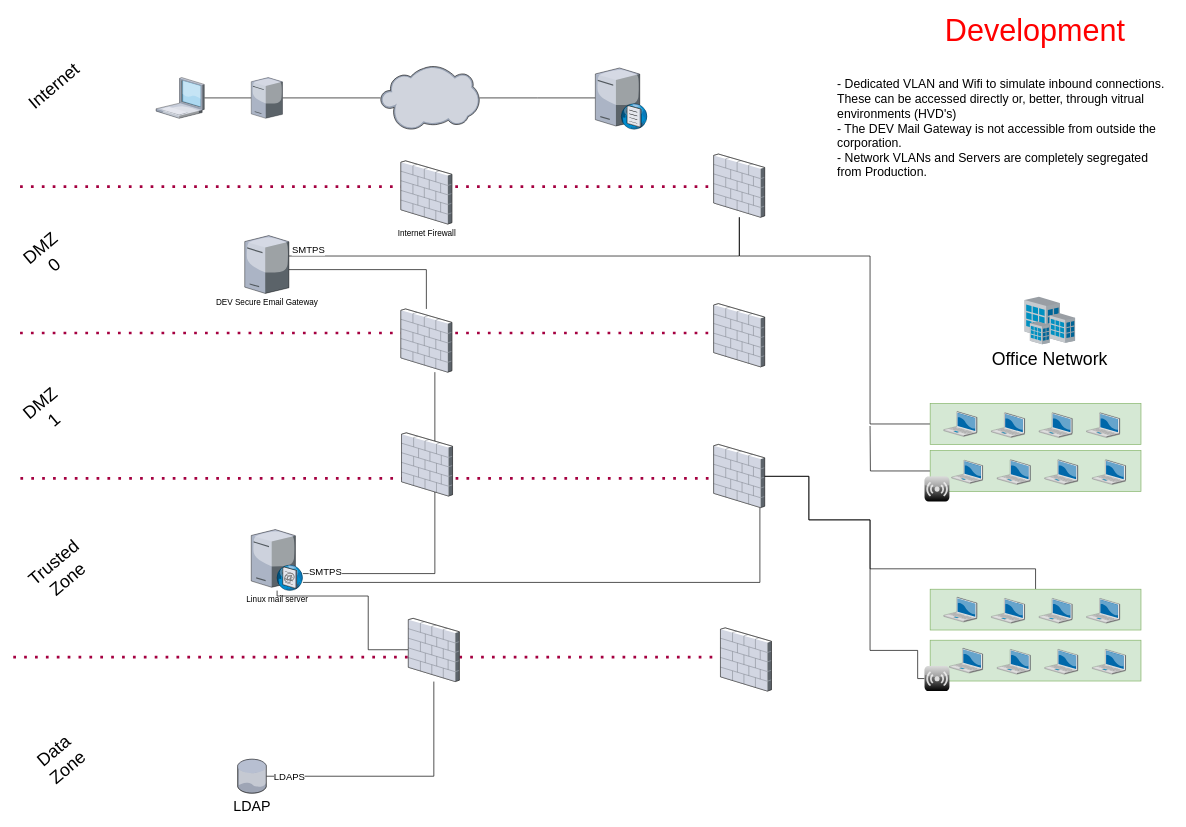
dachachacha/dotfiles keeps this draw.io diagram as page "high level (DEV)" (3 of 4) of SMTP Gateway.drawio. Above is the earlier version. Source tidied: cells renumbered, new cells numbered last; positions are measured from the earlier drawing's top-left corner, leaving out a move shared by most shapes. Both pictures are drawn from the tidied source at 68%, with x=0, y=0 at pixel (13, 18).
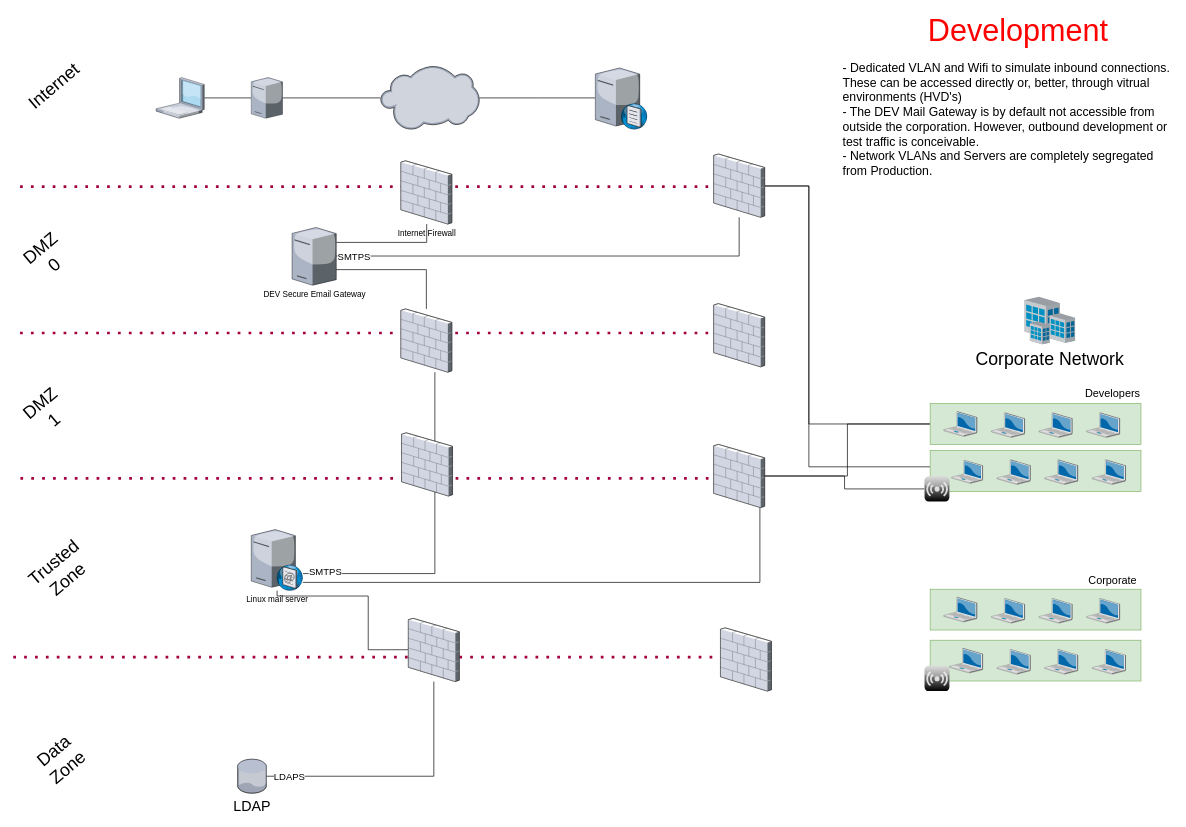
The same page after the edit.

The change refers to these unchanged cells:
```xml
<mxCell id="15" style="verticalLabelPosition=bottom;sketch=0;html=1;verticalAlign=top;strokeColor=none;align=center;outlineConnect=0;shape=mxgraph.citrix.firewall;fontSize=26;" parent="1" vertex="1">
  <mxGeometry x="1030" y="627" width="75" height="93" as="geometry" />
</mxCell>
<mxCell id="22" style="verticalLabelPosition=bottom;sketch=0;html=1;verticalAlign=top;strokeColor=none;align=center;outlineConnect=0;shape=mxgraph.citrix.role_repeater;fillColor=#CCCCCC;gradientColor=#000000;gradientDirection=south;fontSize=26;" parent="1" vertex="1">
  <mxGeometry x="1340" y="953" width="36.8" height="36.8" as="geometry" />
</mxCell>
<mxCell id="24" style="rounded=0;whiteSpace=wrap;html=1;fontSize=26;align=left;fillColor=#d5e8d4;strokeColor=#82b366;" parent="1" vertex="1">
  <mxGeometry x="1348.4" y="840" width="310" height="60" as="geometry" />
</mxCell>
<mxCell id="33" style="edgeStyle=orthogonalEdgeStyle;rounded=0;jettySize=auto;html=1;fontSize=12;endArrow=none;endFill=0;strokeWidth=1;" parent="1" edge="1" source="63" target="11">
  <mxGeometry relative="1" as="geometry">
    <Array as="points">
      <mxPoint x="1068" y="350" />
    </Array>
  </mxGeometry>
</mxCell>
<mxCell id="35" value="Internet Firewall" style="verticalLabelPosition=bottom;sketch=0;html=1;verticalAlign=top;strokeColor=none;align=center;outlineConnect=0;shape=mxgraph.citrix.firewall;" parent="1" vertex="1">
  <mxGeometry x="570" y="210" width="75" height="93" as="geometry" />
</mxCell>
<mxCell id="51" style="rounded=0;whiteSpace=wrap;html=1;fontSize=26;align=left;fillColor=#d5e8d4;strokeColor=#82b366;" parent="1" vertex="1">
  <mxGeometry x="1348.4" y="636.1" width="310" height="60" as="geometry" />
</mxCell>
<mxCell id="56" style="verticalLabelPosition=bottom;sketch=0;html=1;verticalAlign=top;strokeColor=none;align=center;outlineConnect=0;shape=mxgraph.citrix.role_repeater;fillColor=#CCCCCC;gradientColor=#000000;gradientDirection=south;fontSize=26;" parent="1" vertex="1">
  <mxGeometry x="1340" y="674.1" width="36.8" height="36.8" as="geometry" />
</mxCell>
<mxCell id="58" style="rounded=0;whiteSpace=wrap;html=1;fontSize=26;align=left;fillColor=#d5e8d4;strokeColor=#82b366;" parent="1" vertex="1">
  <mxGeometry x="1348.4" y="567" width="310" height="60" as="geometry" />
</mxCell>
<mxCell id="63" style="verticalLabelPosition=bottom;sketch=0;html=1;verticalAlign=top;strokeColor=none;align=center;outlineConnect=0;shape=mxgraph.citrix.firewall;fontSize=26;" parent="1" vertex="1">
  <mxGeometry x="1030" y="200" width="75" height="93" as="geometry" />
</mxCell>
```

Diff of the diagram source:
```diff
@@
+    <mxCell id="67" style="edgeStyle=orthogonalEdgeStyle;rounded=0;jettySize=auto;html=1;fontSize=16;fontColor=#000000;endArrow=none;endFill=0;strokeWidth=1;" parent="1" edge="1" source="11" target="35">
+      <mxGeometry relative="1" as="geometry">
+        <Array as="points">
+          <mxPoint x="608" y="330" />
+        </Array>
+      </mxGeometry>
+    </mxCell>
     <mxCell id="11" value="DEV Secure Email Gateway" style="verticalLabelPosition=bottom;sketch=0;html=1;verticalAlign=top;strokeColor=none;align=center;outlineConnect=0;shape=mxgraph.citrix.license_server;" parent="1" vertex="1">
-      <mxGeometry x="340.4" y="320" width="65" height="85" as="geometry" />
+      <mxGeometry x="410" y="308" width="65" height="85" as="geometry" />
     </mxCell>
@@
-    <mxCell id="21" style="edgeStyle=orthogonalEdgeStyle;rounded=0;jettySize=auto;html=1;fontSize=26;endArrow=none;endFill=0;" parent="1" edge="1" source="22" target="15">
-      <mxGeometry relative="1" as="geometry">
-        <Array as="points">
-          <mxPoint x="1330" y="971" />
-          <mxPoint x="1330" y="930" />
-          <mxPoint x="1260" y="930" />
-          <mxPoint x="1260" y="738" />
-          <mxPoint x="1170" y="738" />
-          <mxPoint x="1170" y="674" />
-        </Array>
-      </mxGeometry>
-    </mxCell>
@@
-    <mxCell id="23" style="edgeStyle=orthogonalEdgeStyle;rounded=0;jettySize=auto;html=1;fontSize=12;endArrow=none;endFill=0;strokeWidth=1;" parent="1" edge="1" source="24" target="15">
-      <mxGeometry relative="1" as="geometry">
-        <Array as="points">
-          <mxPoint x="1503" y="810" />
-          <mxPoint x="1260" y="810" />
-          <mxPoint x="1260" y="738" />
-          <mxPoint x="1170" y="738" />
-          <mxPoint x="1170" y="674" />
-        </Array>
-      </mxGeometry>
-    </mxCell>
@@
-    <mxCell id="29" value="Office Network" style="verticalLabelPosition=bottom;sketch=0;html=1;verticalAlign=top;strokeColor=none;align=center;shape=mxgraph.citrix.site;fontSize=26;" parent="1" vertex="1">
+    <mxCell id="29" value="Corporate Network" style="verticalLabelPosition=bottom;sketch=0;html=1;verticalAlign=top;strokeColor=none;align=center;shape=mxgraph.citrix.site;fontSize=26;" parent="1" vertex="1">
       <mxGeometry x="1487.3" y="410" width="74.2" height="70" as="geometry" />
     </mxCell>
@@
     <mxCell id="34" value="SMTPS" style="edgeLabel;html=1;align=center;verticalAlign=middle;fontSize=14;fontColor=#000000;" parent="33" vertex="1">
       <mxGeometry x="0.29" relative="1" as="geometry">
-        <mxPoint x="-227" y="-10" as="offset" />
+        <mxPoint x="-205" y="1" as="offset" />
       </mxGeometry>
     </mxCell>
@@
     <mxCell id="49" value="Development" style="text;html=1;strokeColor=none;fillColor=none;align=center;verticalAlign=middle;whiteSpace=wrap;rounded=0;fontSize=45;fontColor=#FF0000;" parent="1" vertex="1">
-      <mxGeometry x="1473.4" width="60" height="35" as="geometry" />
+      <mxGeometry x="1448.4" width="60" height="35" as="geometry" />
     </mxCell>
-    <mxCell id="50" style="edgeStyle=orthogonalEdgeStyle;rounded=0;jettySize=auto;html=1;fontSize=45;fontColor=#FF0000;endArrow=none;endFill=0;strokeWidth=1;" parent="1" edge="1" source="51">
-      <mxGeometry relative="1" as="geometry">
-        <mxPoint x="1260" y="600" as="targetPoint" />
-      </mxGeometry>
-    </mxCell>
+    <mxCell id="68" style="edgeStyle=orthogonalEdgeStyle;rounded=0;jettySize=auto;html=1;fontSize=16;fontColor=#000000;endArrow=none;endFill=0;strokeWidth=1;" parent="1" edge="1" source="51" target="63">
+      <mxGeometry relative="1" as="geometry">
+        <Array as="points">
+          <mxPoint x="1170" y="660" />
+          <mxPoint x="1170" y="247" />
+        </Array>
+      </mxGeometry>
+    </mxCell>
@@
+    <mxCell id="69" style="edgeStyle=orthogonalEdgeStyle;rounded=0;jettySize=auto;html=1;fontSize=16;fontColor=#000000;endArrow=none;endFill=0;strokeWidth=1;" parent="1" edge="1" source="56" target="15">
+      <mxGeometry relative="1" as="geometry" />
+    </mxCell>
@@
     <mxCell id="57" style="edgeStyle=orthogonalEdgeStyle;rounded=0;jettySize=auto;html=1;fontSize=45;fontColor=#FF0000;endArrow=none;endFill=0;strokeWidth=1;" parent="1" edge="1" source="58" target="63">
       <mxGeometry relative="1" as="geometry">
         <Array as="points">
-          <mxPoint x="1260" y="597" />
-          <mxPoint x="1260" y="350" />
-          <mxPoint x="1068" y="350" />
+          <mxPoint x="1170" y="597" />
+          <mxPoint x="1170" y="247" />
         </Array>
       </mxGeometry>
     </mxCell>
+    <mxCell id="70" style="edgeStyle=orthogonalEdgeStyle;rounded=0;jettySize=auto;html=1;fontSize=16;fontColor=#000000;endArrow=none;endFill=0;strokeWidth=1;" parent="1" edge="1" source="58" target="15">
+      <mxGeometry relative="1" as="geometry" />
+    </mxCell>
@@
-    <mxCell id="64" value="&lt;font style=&quot;font-size: 18px;&quot;&gt;- Dedicated VLAN and Wifi to simulate inbound connections. These can be accessed directly or, better, through vitrual environments (HVD's)&lt;br&gt;- The DEV Mail Gateway is not accessible from outside the corporation.&lt;br&gt;- Network VLANs and Servers are completely segregated from Production.&amp;nbsp;&lt;br&gt;&lt;/font&gt;" style="text;html=1;strokeColor=none;fillColor=none;align=left;verticalAlign=middle;whiteSpace=wrap;rounded=0;fontSize=12;rotation=0;" parent="1" vertex="1">
-      <mxGeometry x="1210" y="147.5" width="490" height="30" as="geometry" />
+    <mxCell id="64" value="&lt;font style=&quot;font-size: 18px;&quot;&gt;- Dedicated VLAN and Wifi to simulate inbound connections. These can be accessed directly or, better, through vitrual environments (HVD's)&lt;br&gt;- The DEV Mail Gateway is by default not accessible from outside the corporation. However, outbound development or test traffic is conceivable.&lt;br&gt;- Network VLANs and Servers are completely segregated from Production.&amp;nbsp;&lt;br&gt;&lt;/font&gt;" style="text;html=1;strokeColor=none;fillColor=none;align=left;verticalAlign=middle;whiteSpace=wrap;rounded=0;fontSize=12;rotation=0;" parent="1" vertex="1">
+      <mxGeometry x="1217.8" y="135" width="490" height="30" as="geometry" />
     </mxCell>
@@
+    <mxCell id="71" value="Developers" style="text;html=1;strokeColor=none;fillColor=none;align=center;verticalAlign=middle;whiteSpace=wrap;rounded=0;fontSize=16;fontColor=#000000;" parent="1" vertex="1">
+      <mxGeometry x="1586.8" y="537" width="60" height="30" as="geometry" />
+    </mxCell>
+    <mxCell id="72" value="Corporate" style="text;html=1;strokeColor=none;fillColor=none;align=center;verticalAlign=middle;whiteSpace=wrap;rounded=0;fontSize=16;fontColor=#000000;" parent="1" vertex="1">
+      <mxGeometry x="1586.7" y="812" width="60" height="30" as="geometry" />
+    </mxCell>
```
